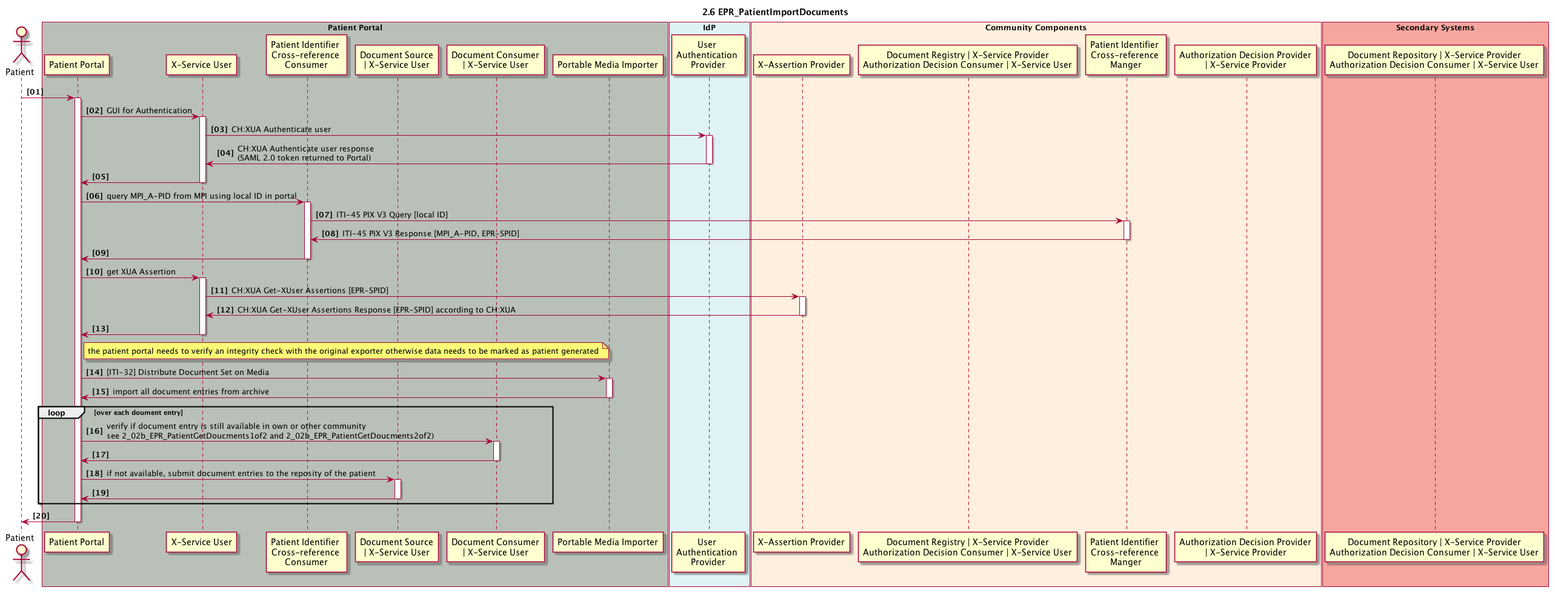
The PlantUML diagram 2_06_EPR_PatientImportDocuments.plantuml.png in ahdis/ch-epr-seqdiag, before a commit.
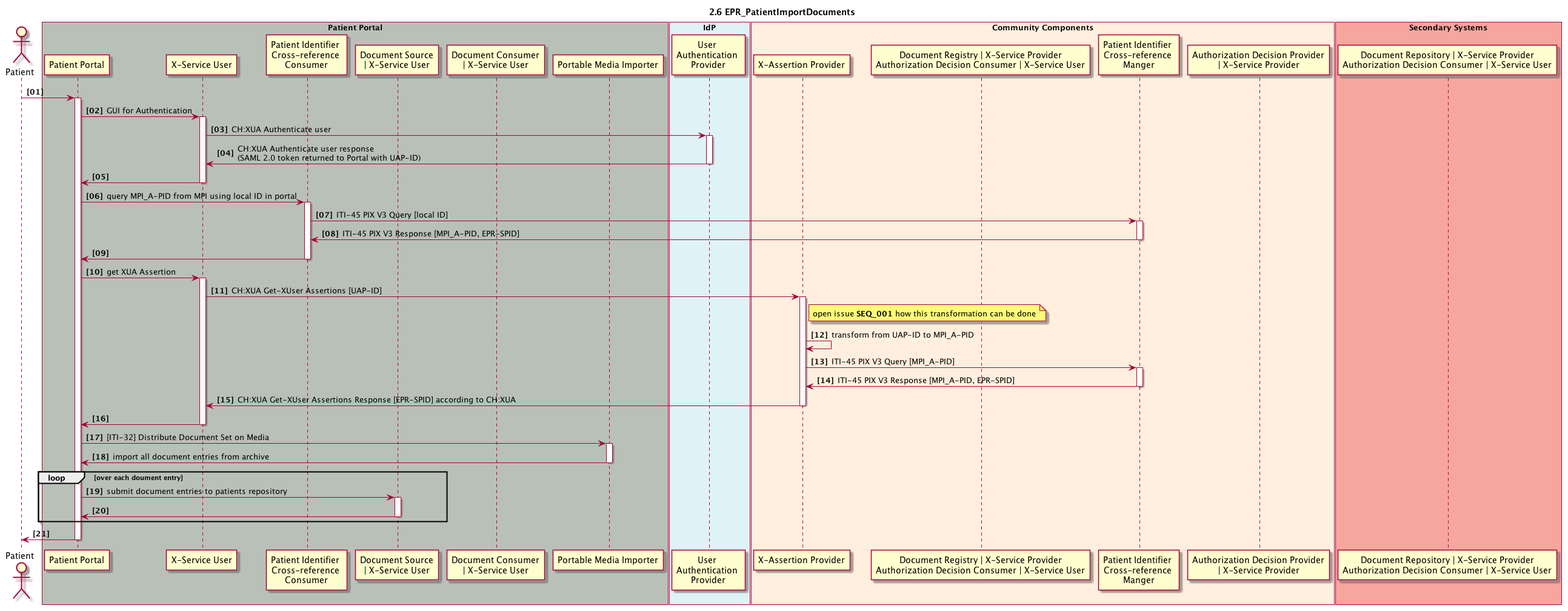
Later version of the same file.

Commit message:
xdm sequence diagrams

Change to the diagram source:
```diff
@@ -36,7 +36,7 @@
 activate pp_x_service_user
 pp_x_service_user -> idp_user_authentication_provider : CH:XUA Authenticate user
 activate idp_user_authentication_provider
-pp_x_service_user <- idp_user_authentication_provider : CH:XUA Authenticate user response \n(SAML 2.0 token returned to Portal)
+pp_x_service_user <- idp_user_authentication_provider : CH:XUA Authenticate user response \n(SAML 2.0 token returned to Portal with UAP-ID)
 deactivate idp_user_authentication_provider
 pp_gui <- pp_x_service_user
 deactivate pp_x_service_user
@@ -52,14 +52,18 @@
 
 pp_gui -> pp_x_service_user : get XUA Assertion
 activate pp_x_service_user
-pp_x_service_user -> cc_x_assertion_provider: CH:XUA Get-XUser Assertions [EPR-SPID]
+pp_x_service_user -> cc_x_assertion_provider: CH:XUA Get-XUser Assertions [UAP-ID]
 activate cc_x_assertion_provider
+note right cc_x_assertion_provider: open issue <b>SEQ_001</b> how this transformation can be done
+cc_x_assertion_provider -> cc_x_assertion_provider: transform from UAP-ID to MPI_A-PID
+cc_x_assertion_provider -> cc_mpi_x_ref_manager: ITI-45 PIX V3 Query [MPI_A-PID]
+activate cc_mpi_x_ref_manager
+cc_x_assertion_provider <- cc_mpi_x_ref_manager: ITI-45 PIX V3 Response [MPI_A-PID, EPR-SPID]
+deactivate cc_mpi_x_ref_manager
 pp_x_service_user <- cc_x_assertion_provider: CH:XUA Get-XUser Assertions Response [EPR-SPID] according to CH:XUA
 deactivate cc_x_assertion_provider
 pp_gui <- pp_x_service_user
 deactivate pp_x_service_user
-
-note right pp_gui: the patient portal needs to verify an integrity check with the original exporter otherwise data needs to be marked as patient generated
 
 pp_gui -> pp_pmi: [ITI-32] Distribute Document Set on Media
 activate pp_pmi
@@ -67,12 +71,8 @@
 deactivate pp_pmi
 
 loop over each doument entry
-pp_gui -> pp_doc_consumer: verify if document entry is still available in own or other community\nsee 2_02b_EPR_PatientGetDoucments1of2 and 2_02b_EPR_PatientGetDoucments2of2)
-activate pp_doc_consumer
-pp_gui <- pp_doc_consumer
-deactivate pp_doc_consumer
 
-pp_gui -> pp_doc_source: if not available, submit document entries to the reposity of the patient
+pp_gui -> pp_doc_source: submit document entries to patients repository
 activate pp_doc_source
 pp_gui <- pp_doc_source
 deactivate pp_doc_source
```
